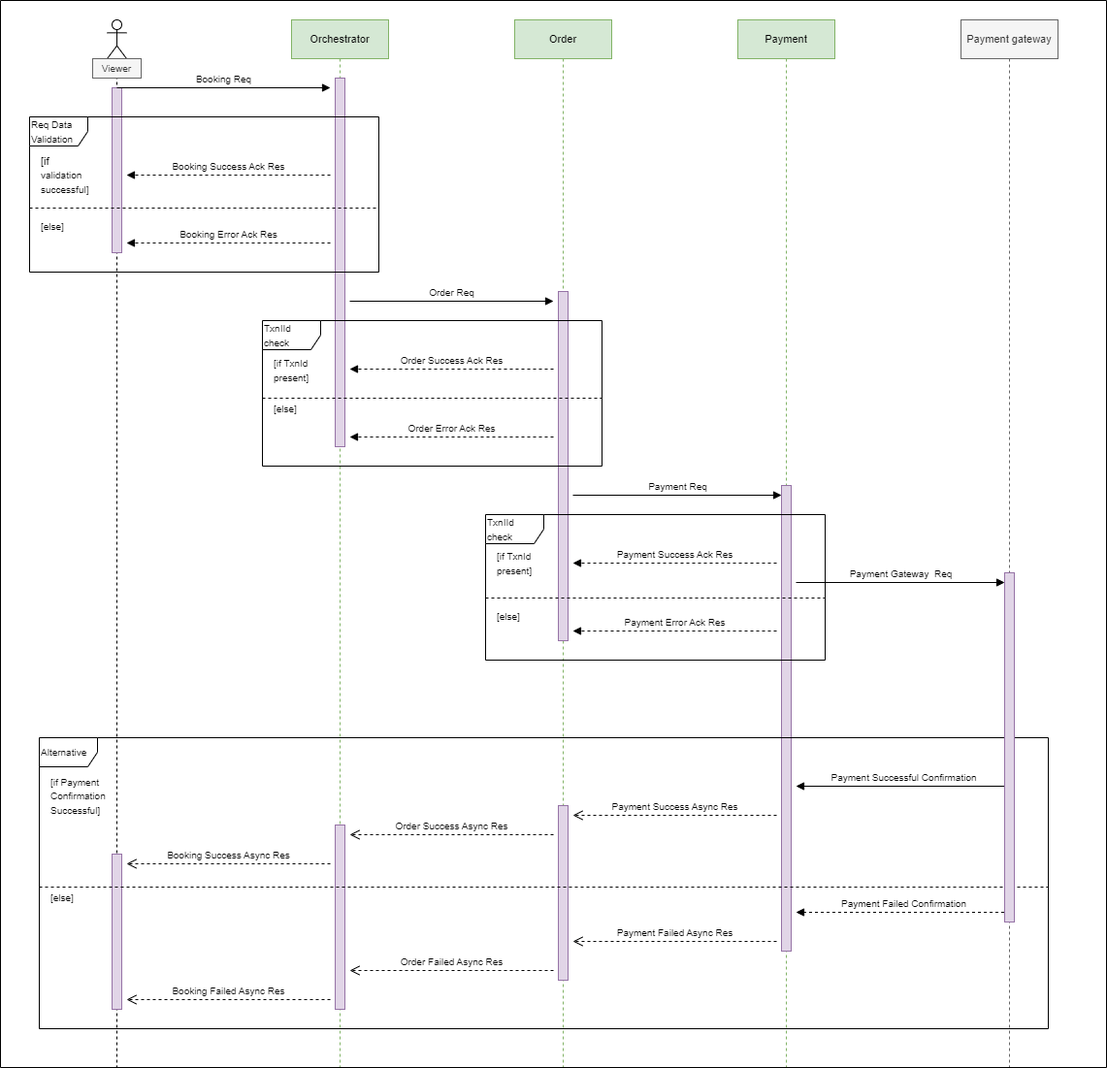
Earlier version of the draw.io export bookmymovie-docs/images/Functional_Flow_Sequence_Diagram_book.png (palashrc/bookmymovie-service). Source tidied: cells renumbered, new cells last; positions are measured from the earlier drawing's top-left corner, leaving out a move shared by most shapes.
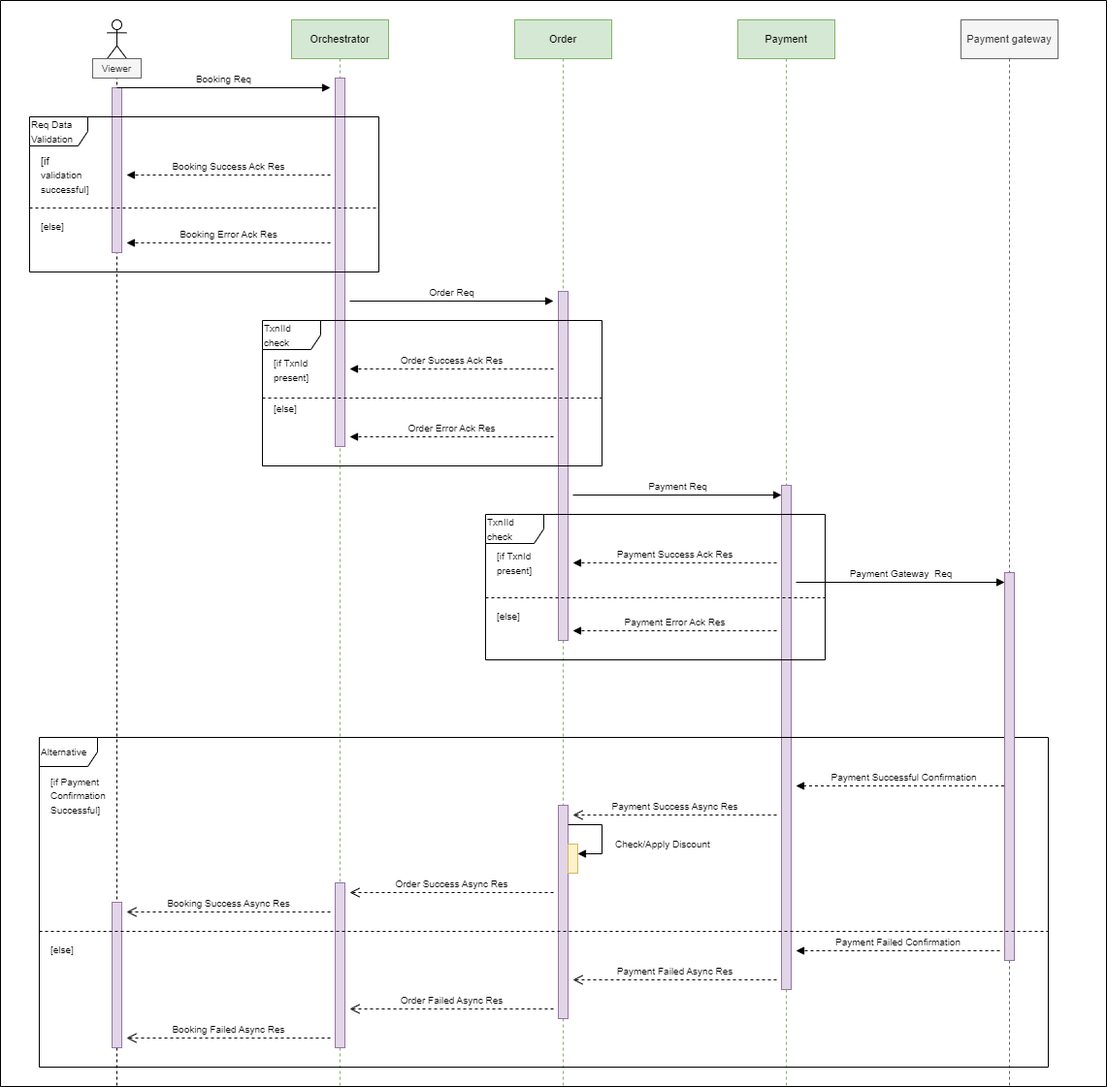
After the change.

Commit message:
Concurrency control solution added in HLD

Diff of the diagram source:
```diff
@@ -3,37 +3,37 @@
     <mxCell id="0" />
     <mxCell id="1" parent="0" />
     <mxCell id="2" style="shape=umlLifeline;perimeter=lifelinePerimeter;whiteSpace=wrap;html=1;newEdgeStyle={&quot;curved&quot;:0,&quot;rounded&quot;:0};participant=umlActor;size=40;" parent="1" vertex="1">
-      <mxGeometry x="110" y="20" width="20" height="1080" as="geometry" />
+      <mxGeometry x="110" y="20" width="20" height="1100" as="geometry" />
     </mxCell>
     <mxCell id="3" style="html=1;perimeter=orthogonalPerimeter;targetShapes=umlLifeline;newEdgeStyle={&quot;curved&quot;:0,&quot;rounded&quot;:0};fillColor=#e1d5e7;strokeColor=#9673a6;shadow=0;glass=0;" parent="2" vertex="1">
-      <mxGeometry x="5" y="860" width="10" height="160" as="geometry" />
+      <mxGeometry x="5" y="910" width="10" height="150" as="geometry" />
     </mxCell>
     <mxCell id="4" style="html=1;perimeter=orthogonalPerimeter;targetShapes=umlLifeline;newEdgeStyle={&quot;curved&quot;:0,&quot;rounded&quot;:0};fillColor=#e1d5e7;strokeColor=#9673a6;shadow=0;glass=0;" parent="2" vertex="1">
       <mxGeometry x="5" y="70" width="10" height="170" as="geometry" />
     </mxCell>
     <mxCell id="5" value="&lt;font style=&quot;font-size: 11px;&quot;&gt;Orchestrator&lt;/font&gt;" style="shape=umlLifeline;perimeter=lifelinePerimeter;whiteSpace=wrap;html=1;newEdgeStyle={&quot;curved&quot;:0,&quot;rounded&quot;:0};fillColor=#d5e8d4;strokeColor=#82b366;" parent="1" vertex="1">
-      <mxGeometry x="300" y="20" width="100" height="1080" as="geometry" />
+      <mxGeometry x="300" y="20" width="100" height="1100" as="geometry" />
     </mxCell>
     <mxCell id="6" style="html=1;perimeter=orthogonalPerimeter;targetShapes=umlLifeline;newEdgeStyle={&quot;curved&quot;:0,&quot;rounded&quot;:0};fillColor=#e1d5e7;strokeColor=#9673a6;shadow=0;glass=0;" parent="5" vertex="1">
       <mxGeometry x="45" y="60" width="10" height="380" as="geometry" />
     </mxCell>
     <mxCell id="7" style="html=1;perimeter=orthogonalPerimeter;targetShapes=umlLifeline;newEdgeStyle={&quot;curved&quot;:0,&quot;rounded&quot;:0};fillColor=#e1d5e7;strokeColor=#9673a6;shadow=0;glass=0;" parent="5" vertex="1">
-      <mxGeometry x="45" y="830" width="10" height="190" as="geometry" />
+      <mxGeometry x="45" y="890" width="10" height="170" as="geometry" />
     </mxCell>
     <mxCell id="8" value="&lt;font style=&quot;font-size: 11px;&quot;&gt;Order&lt;/font&gt;" style="shape=umlLifeline;perimeter=lifelinePerimeter;whiteSpace=wrap;html=1;newEdgeStyle={&quot;curved&quot;:0,&quot;rounded&quot;:0};fillColor=#d5e8d4;strokeColor=#82b366;" parent="1" vertex="1">
-      <mxGeometry x="530" y="20" width="100" height="1080" as="geometry" />
+      <mxGeometry x="530" y="20" width="100" height="1100" as="geometry" />
     </mxCell>
     <mxCell id="9" style="html=1;perimeter=orthogonalPerimeter;targetShapes=umlLifeline;newEdgeStyle={&quot;curved&quot;:0,&quot;rounded&quot;:0};fillColor=#e1d5e7;strokeColor=#9673a6;shadow=0;glass=0;" parent="8" vertex="1">
       <mxGeometry x="45" y="280" width="10" height="360" as="geometry" />
     </mxCell>
     <mxCell id="10" style="html=1;points=[[0,0,0,0,5],[0,1,0,0,-5],[1,0,0,0,5],[1,1,0,0,-5]];perimeter=orthogonalPerimeter;outlineConnect=0;targetShapes=umlLifeline;portConstraint=eastwest;newEdgeStyle={&quot;curved&quot;:0,&quot;rounded&quot;:0};fillColor=#e1d5e7;strokeColor=#9673a6;shadow=0;glass=0;" parent="8" vertex="1">
-      <mxGeometry x="45" y="810" width="10" height="180" as="geometry" />
+      <mxGeometry x="45" y="810" width="10" height="220" as="geometry" />
     </mxCell>
     <mxCell id="11" value="&lt;font style=&quot;font-size: 11px;&quot;&gt;Payment&lt;/font&gt;" style="shape=umlLifeline;perimeter=lifelinePerimeter;whiteSpace=wrap;html=1;newEdgeStyle={&quot;curved&quot;:0,&quot;rounded&quot;:0};fillColor=#d5e8d4;strokeColor=#82b366;" parent="1" vertex="1">
-      <mxGeometry x="760" y="20" width="100" height="1080" as="geometry" />
+      <mxGeometry x="760" y="20" width="100" height="1100" as="geometry" />
     </mxCell>
     <mxCell id="12" style="html=1;perimeter=orthogonalPerimeter;targetShapes=umlLifeline;newEdgeStyle={&quot;curved&quot;:0,&quot;rounded&quot;:0};perimeterSpacing=0;backgroundOutline=0;fillColor=#e1d5e7;strokeColor=#9673a6;" parent="11" vertex="1">
-      <mxGeometry x="45" y="480" width="10" height="480" as="geometry" />
+      <mxGeometry x="45" y="480" width="10" height="520" as="geometry" />
     </mxCell>
     <mxCell id="13" value="&lt;font style=&quot;font-size: 10px;&quot;&gt;Booking Req&lt;/font&gt;" style="html=1;verticalAlign=bottom;endArrow=block;curved=0;rounded=0;" parent="1" edge="1">
       <mxGeometry relative="1" as="geometry">
@@ -126,7 +126,7 @@
       </mxGeometry>
     </mxCell>
     <mxCell id="34" value="&lt;font style=&quot;font-size: 11px;&quot;&gt;Payment gateway&lt;/font&gt;" style="shape=umlLifeline;perimeter=lifelinePerimeter;whiteSpace=wrap;html=1;newEdgeStyle={&quot;curved&quot;:0,&quot;rounded&quot;:0};fillColor=#f5f5f5;strokeColor=#666666;fontColor=#333333;" parent="1" vertex="1">
-      <mxGeometry x="990" y="20" width="100" height="1080" as="geometry" />
+      <mxGeometry x="990" y="20" width="100" height="1100" as="geometry" />
     </mxCell>
     <mxCell id="35" value="&lt;span style=&quot;font-size: 10px;&quot;&gt;Payment Gateway&amp;nbsp; Req&lt;/span&gt;" style="html=1;verticalAlign=bottom;endArrow=block;curved=0;rounded=0;" parent="1" edge="1">
       <mxGeometry relative="1" as="geometry">
@@ -134,74 +134,85 @@
         <mxPoint x="1035" y="600" as="targetPoint" />
       </mxGeometry>
     </mxCell>
-    <mxCell id="36" value="&lt;font style=&quot;font-size: 10px;&quot;&gt;Payment Successful Confirmation&lt;/font&gt;" style="html=1;verticalAlign=bottom;endArrow=block;curved=0;rounded=0;" parent="1" edge="1">
+    <mxCell id="36" value="&lt;font style=&quot;font-size: 10px;&quot;&gt;Payment Successful Confirmation&lt;/font&gt;" style="html=1;verticalAlign=bottom;endArrow=block;curved=0;rounded=0;dashed=1;" parent="1" edge="1">
       <mxGeometry relative="1" as="geometry">
         <mxPoint x="1040.5" y="810" as="sourcePoint" />
         <mxPoint x="820" y="810" as="targetPoint" />
       </mxGeometry>
     </mxCell>
     <mxCell id="37" value="&lt;span style=&quot;font-size: 10px;&quot;&gt;Alternative&lt;/span&gt;" style="shape=umlFrame;whiteSpace=wrap;html=1;align=left;width=60;height=30;" parent="1" vertex="1">
-      <mxGeometry x="40" y="760" width="1040" height="300" as="geometry" />
+      <mxGeometry x="40" y="760" width="1040" height="340" as="geometry" />
     </mxCell>
+    <mxCell id="39" value="&lt;span style=&quot;font-size: 10px;&quot;&gt;[if Payment&lt;/span&gt;&lt;div&gt;&lt;span style=&quot;font-size: 10px;&quot;&gt;Confirmation&lt;/span&gt;&lt;div&gt;&lt;span style=&quot;font-size: 10px;&quot;&gt;Successful]&lt;/span&gt;&lt;/div&gt;&lt;/div&gt;" style="text;html=1;align=left;verticalAlign=middle;strokeColor=none;fillColor=none;" parent="1" vertex="1">
+      <mxGeometry x="50" y="790" width="80" height="60" as="geometry" />
+    </mxCell>
+    <mxCell id="42" value="&lt;span style=&quot;font-size: 10px;&quot;&gt;Payment Success Async Res&lt;/span&gt;" style="html=1;verticalAlign=bottom;endArrow=open;dashed=1;endSize=8;curved=0;rounded=0;" parent="1" edge="1">
+      <mxGeometry relative="1" as="geometry">
+        <mxPoint x="800" y="840" as="sourcePoint" />
+        <mxPoint x="590" y="840" as="targetPoint" />
+      </mxGeometry>
+    </mxCell>
+    <mxCell id="48" value="&lt;font style=&quot;font-size: 10px;&quot;&gt;Viewer&lt;/font&gt;" style="html=1;whiteSpace=wrap;fillColor=#f5f5f5;strokeColor=#666666;fontColor=#333333;" parent="1" vertex="1">
+      <mxGeometry x="95" y="60" width="50" height="20" as="geometry" />
+    </mxCell>
+    <mxCell id="49" style="html=1;perimeter=orthogonalPerimeter;targetShapes=umlLifeline;newEdgeStyle={&quot;curved&quot;:0,&quot;rounded&quot;:0};fillColor=#e1d5e7;strokeColor=#9673a6;" parent="1" vertex="1">
+      <mxGeometry x="1035" y="590" width="10" height="400" as="geometry" />
+    </mxCell>
+    <mxCell id="50" style="swimlane;startSize=0;" parent="1" vertex="1">
+      <mxGeometry width="1140" height="1120" as="geometry" />
+    </mxCell>
+    <mxCell id="51" style="html=1;points=[[0,0,0,0,5],[0,1,0,0,-5],[1,0,0,0,5],[1,1,0,0,-5]];perimeter=orthogonalPerimeter;outlineConnect=0;targetShapes=umlLifeline;portConstraint=eastwest;newEdgeStyle={&quot;curved&quot;:0,&quot;rounded&quot;:0};fillColor=#fff2cc;strokeColor=#d6b656;" parent="50" vertex="1">
+      <mxGeometry x="585" y="870" width="10" height="30" as="geometry" />
+    </mxCell>
-    <mxCell id="38" style="line;strokeWidth=1;fillColor=none;align=left;verticalAlign=middle;spacingTop=-1;spacingLeft=3;spacingRight=3;labelPosition=right;strokeColor=inherit;dashed=1;" parent="1" vertex="1">
-      <mxGeometry x="40" y="910" width="1040" height="8" as="geometry" />
+    <mxCell id="38" style="line;strokeWidth=1;fillColor=none;align=left;verticalAlign=middle;spacingTop=-1;spacingLeft=3;spacingRight=3;labelPosition=right;strokeColor=inherit;dashed=1;" parent="50" vertex="1">
+      <mxGeometry x="40" y="956" width="1040" height="8" as="geometry" />
     </mxCell>
-    <mxCell id="39" value="&lt;span style=&quot;font-size: 10px;&quot;&gt;[if Payment&lt;/span&gt;&lt;div&gt;&lt;span style=&quot;font-size: 10px;&quot;&gt;Confirmation&lt;/span&gt;&lt;div&gt;&lt;span style=&quot;font-size: 10px;&quot;&gt;Successful]&lt;/span&gt;&lt;/div&gt;&lt;/div&gt;" style="text;html=1;align=left;verticalAlign=middle;strokeColor=none;fillColor=none;" parent="1" vertex="1">
-      <mxGeometry x="50" y="790" width="80" height="60" as="geometry" />
-    </mxCell>
-    <mxCell id="40" value="&lt;font style=&quot;font-size: 10px;&quot;&gt;[else]&lt;/font&gt;" style="text;html=1;align=left;verticalAlign=middle;strokeColor=none;fillColor=none;" parent="1" vertex="1">
-      <mxGeometry x="50" y="910" width="50" height="30" as="geometry" />
-    </mxCell>
-    <mxCell id="41" value="&lt;font style=&quot;font-size: 10px;&quot;&gt;Payment Failed Confirmation&lt;/font&gt;" style="html=1;verticalAlign=bottom;endArrow=block;curved=0;rounded=0;dashed=1;" parent="1" edge="1">
-      <mxGeometry relative="1" as="geometry">
-        <mxPoint x="1040.5" y="940" as="sourcePoint" />
-        <mxPoint x="820" y="940" as="targetPoint" />
-      </mxGeometry>
-    </mxCell>
-    <mxCell id="42" value="&lt;span style=&quot;font-size: 10px;&quot;&gt;Payment Success Async Res&lt;/span&gt;" style="html=1;verticalAlign=bottom;endArrow=open;dashed=1;endSize=8;curved=0;rounded=0;" parent="1" edge="1">
-      <mxGeometry relative="1" as="geometry">
-        <mxPoint x="800" y="840" as="sourcePoint" />
-        <mxPoint x="590" y="840" as="targetPoint" />
-      </mxGeometry>
-    </mxCell>
-    <mxCell id="43" value="&lt;span style=&quot;font-size: 10px;&quot;&gt;Order Success Async Res&lt;/span&gt;" style="html=1;verticalAlign=bottom;endArrow=open;dashed=1;endSize=8;curved=0;rounded=0;" parent="1" edge="1">
+    <mxCell id="43" value="&lt;span style=&quot;font-size: 10px;&quot;&gt;Order Success Async Res&lt;/span&gt;" style="html=1;verticalAlign=bottom;endArrow=open;dashed=1;endSize=8;curved=0;rounded=0;" parent="50" edge="1">
       <mxGeometry relative="1" as="geometry">
-        <mxPoint x="570" y="860" as="sourcePoint" />
-        <mxPoint x="360" y="860" as="targetPoint" />
+        <mxPoint x="570" y="920" as="sourcePoint" />
+        <mxPoint x="360" y="920" as="targetPoint" />
       </mxGeometry>
     </mxCell>
-    <mxCell id="44" value="&lt;span style=&quot;font-size: 10px;&quot;&gt;Booking Success Async Res&lt;/span&gt;" style="html=1;verticalAlign=bottom;endArrow=open;dashed=1;endSize=8;curved=0;rounded=0;" parent="1" edge="1">
+    <mxCell id="44" value="&lt;span style=&quot;font-size: 10px;&quot;&gt;Booking Success Async Res&lt;/span&gt;" style="html=1;verticalAlign=bottom;endArrow=open;dashed=1;endSize=8;curved=0;rounded=0;" parent="50" edge="1">
       <mxGeometry relative="1" as="geometry">
-        <mxPoint x="340" y="890" as="sourcePoint" />
-        <mxPoint x="130" y="890" as="targetPoint" />
+        <mxPoint x="340" y="940" as="sourcePoint" />
+        <mxPoint x="130" y="940" as="targetPoint" />
       </mxGeometry>
     </mxCell>
+    <mxCell id="41" value="&lt;font style=&quot;font-size: 10px;&quot;&gt;Payment Failed Confirmation&lt;/font&gt;" style="html=1;verticalAlign=bottom;endArrow=block;curved=0;rounded=0;dashed=1;" parent="50" edge="1">
+      <mxGeometry relative="1" as="geometry">
+        <mxPoint x="1030" y="980" as="sourcePoint" />
+        <mxPoint x="820" y="980" as="targetPoint" />
+      </mxGeometry>
+    </mxCell>
-    <mxCell id="45" value="&lt;span style=&quot;font-size: 10px;&quot;&gt;Payment Failed Async Res&lt;/span&gt;" style="html=1;verticalAlign=bottom;endArrow=open;dashed=1;endSize=8;curved=0;rounded=0;" parent="1" edge="1">
+    <mxCell id="45" value="&lt;span style=&quot;font-size: 10px;&quot;&gt;Payment Failed Async Res&lt;/span&gt;" style="html=1;verticalAlign=bottom;endArrow=open;dashed=1;endSize=8;curved=0;rounded=0;" parent="50" edge="1">
       <mxGeometry relative="1" as="geometry">
-        <mxPoint x="800" y="970" as="sourcePoint" />
-        <mxPoint x="590" y="970" as="targetPoint" />
+        <mxPoint x="800" y="1010" as="sourcePoint" />
+        <mxPoint x="590" y="1010" as="targetPoint" />
       </mxGeometry>
     </mxCell>
-    <mxCell id="46" value="&lt;span style=&quot;font-size: 10px;&quot;&gt;Order Failed Async Res&lt;/span&gt;" style="html=1;verticalAlign=bottom;endArrow=open;dashed=1;endSize=8;curved=0;rounded=0;" parent="1" edge="1">
+    <mxCell id="46" value="&lt;span style=&quot;font-size: 10px;&quot;&gt;Order Failed Async Res&lt;/span&gt;" style="html=1;verticalAlign=bottom;endArrow=open;dashed=1;endSize=8;curved=0;rounded=0;" parent="50" edge="1">
       <mxGeometry relative="1" as="geometry">
-        <mxPoint x="570" y="1000" as="sourcePoint" />
-        <mxPoint x="360" y="1000" as="targetPoint" />
+        <mxPoint x="570" y="1040" as="sourcePoint" />
+        <mxPoint x="360" y="1040" as="targetPoint" />
       </mxGeometry>
     </mxCell>
-    <mxCell id="47" value="&lt;span style=&quot;font-size: 10px;&quot;&gt;Booking Failed Async Res&lt;/span&gt;" style="html=1;verticalAlign=bottom;endArrow=open;dashed=1;endSize=8;curved=0;rounded=0;" parent="1" edge="1">
+    <mxCell id="47" value="&lt;span style=&quot;font-size: 10px;&quot;&gt;Booking Failed Async Res&lt;/span&gt;" style="html=1;verticalAlign=bottom;endArrow=open;dashed=1;endSize=8;curved=0;rounded=0;" parent="50" edge="1">
       <mxGeometry relative="1" as="geometry">
-        <mxPoint x="340" y="1030" as="sourcePoint" />
-        <mxPoint x="130" y="1030" as="targetPoint" />
+        <mxPoint x="340" y="1070" as="sourcePoint" />
+        <mxPoint x="130" y="1070" as="targetPoint" />
       </mxGeometry>
     </mxCell>
-    <mxCell id="48" value="&lt;font style=&quot;font-size: 10px;&quot;&gt;Viewer&lt;/font&gt;" style="html=1;whiteSpace=wrap;fillColor=#f5f5f5;strokeColor=#666666;fontColor=#333333;" parent="1" vertex="1">
-      <mxGeometry x="95" y="60" width="50" height="20" as="geometry" />
-    </mxCell>
-    <mxCell id="49" style="html=1;perimeter=orthogonalPerimeter;targetShapes=umlLifeline;newEdgeStyle={&quot;curved&quot;:0,&quot;rounded&quot;:0};fillColor=#e1d5e7;strokeColor=#9673a6;" parent="1" vertex="1">
-      <mxGeometry x="1035" y="590" width="10" height="360" as="geometry" />
-    </mxCell>
-    <mxCell id="50" style="swimlane;startSize=0;" parent="1" vertex="1">
-      <mxGeometry width="1140" height="1100" as="geometry" />
-    </mxCell>
+    <mxCell id="40" value="&lt;font style=&quot;font-size: 10px;&quot;&gt;[else]&lt;/font&gt;" style="text;html=1;align=left;verticalAlign=middle;strokeColor=none;fillColor=none;" parent="50" vertex="1">
+      <mxGeometry x="50" y="964" width="50" height="30" as="geometry" />
+    </mxCell>
+    <mxCell id="52" value="&lt;font style=&quot;font-size: 10px;&quot;&gt;Check/Apply Discount&lt;/font&gt;" style="html=1;align=left;spacingLeft=2;endArrow=block;rounded=0;edgeStyle=orthogonalEdgeStyle;curved=0;rounded=0;" parent="1" edge="1" source="10" target="51">
+      <mxGeometry x="0.22" y="10" relative="1" as="geometry">
+        <Array as="points">
+          <mxPoint x="620" y="850" />
+          <mxPoint x="620" y="880" />
+        </Array>
+      </mxGeometry>
+    </mxCell>
   </root>
 </mxGraphModel>
```
